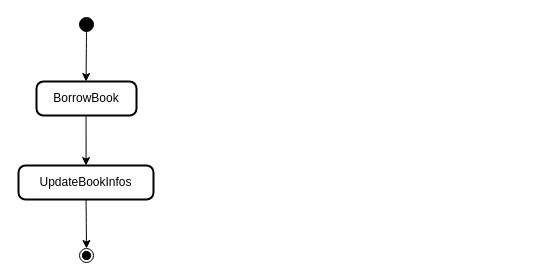
Above: useCaseDiagram/borrow.drawio in Jinlkj/DrawIO (draw.io), before the change. Source tidied: cells renumbered, new cells numbered last; positions are measured from the earlier drawing's top-left corner, leaving out a move shared by most shapes. Both pictures are drawn from the tidied source at 100%, with x=0, y=0 at pixel (18, 17).
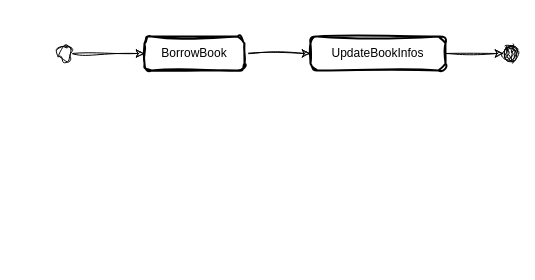
The same diagram, later.

Diff of the diagram source:
```diff
@@
-<mxGraphModel>
+<mxGraphModel background="#ffffff">
   <root>
     <mxCell id="0" />
     <mxCell id="1" parent="0" />
+    <mxCell id="6" style="edgeStyle=orthogonalEdgeStyle;rounded=0;sketch=1;hachureGap=4;jiggle=2;curveFitting=1;jettySize=auto;html=1;exitX=1;exitY=0.5;exitDx=0;exitDy=0;entryX=0;entryY=0.5;entryDx=0;entryDy=0;fontFamily=Architects Daughter;fontSize=16;" parent="1" edge="1" source="2" target="3">
+      <mxGeometry relative="1" as="geometry" />
+    </mxCell>
-    <mxCell id="2" style="ellipse;fillColor=strokeColor;" parent="1" vertex="1">
-      <mxGeometry x="61" width="14" height="14" as="geometry" />
+    <mxCell id="2" style="ellipse;labelBackgroundColor=none;sketch=1;curveFitting=1;jiggle=2;" parent="1" vertex="1">
+      <mxGeometry x="39" y="29" width="14" height="14" as="geometry" />
     </mxCell>
+    <mxCell id="7" style="edgeStyle=orthogonalEdgeStyle;rounded=0;sketch=1;hachureGap=4;jiggle=2;curveFitting=1;jettySize=auto;html=1;fontFamily=Architects Daughter;fontSize=16;" parent="1" edge="1" source="3" target="4">
+      <mxGeometry relative="1" as="geometry" />
+    </mxCell>
-    <mxCell id="3" value="BorrowBook" style="rounded=1;absoluteArcSize=1;arcSize=14;whiteSpace=wrap;strokeWidth=2;" parent="1" vertex="1">
-      <mxGeometry x="18" y="64" width="100" height="34" as="geometry" />
+    <mxCell id="3" value="BorrowBook" style="rounded=1;absoluteArcSize=1;arcSize=14;whiteSpace=wrap;strokeWidth=2;labelBackgroundColor=none;sketch=1;curveFitting=1;jiggle=2;" parent="1" vertex="1">
+      <mxGeometry x="126" y="19" width="100" height="34" as="geometry" />
     </mxCell>
+    <mxCell id="8" style="edgeStyle=orthogonalEdgeStyle;rounded=0;sketch=1;hachureGap=4;jiggle=2;curveFitting=1;jettySize=auto;html=1;entryX=0;entryY=0.5;entryDx=0;entryDy=0;fontFamily=Architects Daughter;fontSize=16;" parent="1" edge="1" source="4" target="5">
+      <mxGeometry relative="1" as="geometry" />
+    </mxCell>
-    <mxCell id="4" value="UpdateBookInfos" style="rounded=1;absoluteArcSize=1;arcSize=14;whiteSpace=wrap;strokeWidth=2;" parent="1" vertex="1">
-      <mxGeometry y="148" width="135" height="34" as="geometry" />
+    <mxCell id="4" value="UpdateBookInfos" style="rounded=1;absoluteArcSize=1;arcSize=14;whiteSpace=wrap;strokeWidth=2;labelBackgroundColor=none;sketch=1;curveFitting=1;jiggle=2;" parent="1" vertex="1">
+      <mxGeometry x="292" y="19" width="135" height="34" as="geometry" />
     </mxCell>
-    <mxCell id="5" style="ellipse;shape=endState;fillColor=strokeColor;" parent="1" vertex="1">
-      <mxGeometry x="61" y="231" width="14" height="14" as="geometry" />
+    <mxCell id="5" style="ellipse;shape=endState;labelBackgroundColor=none;sketch=1;curveFitting=1;jiggle=2;" parent="1" vertex="1">
+      <mxGeometry x="485" y="29" width="14" height="14" as="geometry" />
     </mxCell>
-    <mxCell id="6" style="curved=1;startArrow=none;exitX=0.46986607142857145;exitY=1;entryX=0.49578125;entryY=0;" parent="1" edge="1" source="2" target="3">
-      <mxGeometry relative="1" as="geometry" />
-    </mxCell>
-    <mxCell id="7" style="curved=1;startArrow=none;exitX=0.49578125;exitY=0.9880514705882353;entryX=0.5005787037037037;entryY=-0.011948529411764705;" parent="1" edge="1" source="3" target="4">
-      <mxGeometry relative="1" as="geometry" />
-    </mxCell>
-    <mxCell id="8" style="curved=1;startArrow=none;exitX=0.5005787037037037;exitY=0.9761029411764706;entryX=0.46986607142857145;entryY=0.013392857142857142;" parent="1" edge="1" source="4" target="5">
-      <mxGeometry relative="1" as="geometry" />
-    </mxCell>
   </root>
 </mxGraphModel>
```
